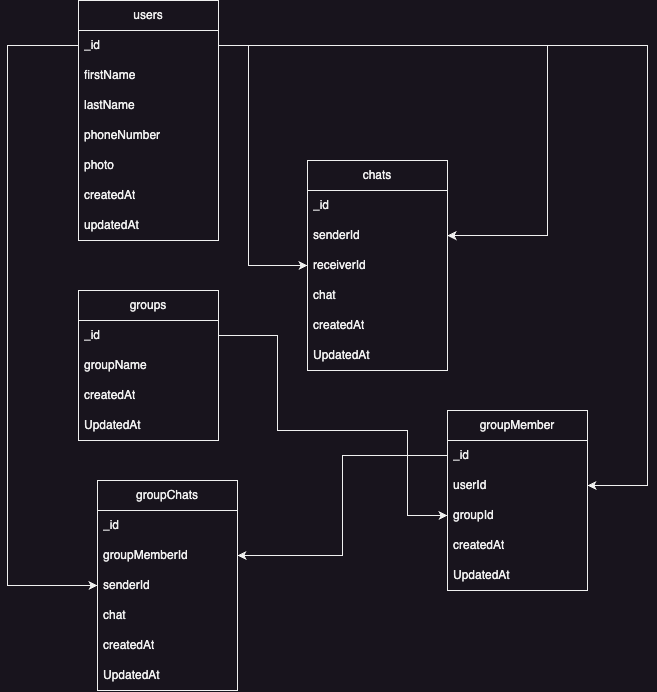
mathiuskormasela12/web-be-test-pointhub keeps this draw.io diagram as screenshoot/erd.drawio.png. Above is the earlier version. Source tidied: cells renumbered, new cells last; positions are measured from the earlier drawing's top-left corner, leaving out a move shared by most shapes.
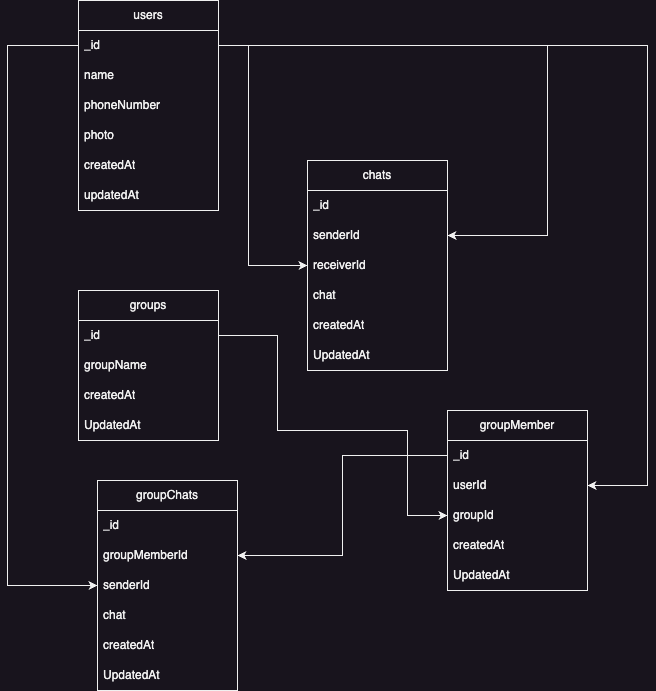
Later version of the same file.

Commit message:
update database & ERD

What changed in the source:
```diff
@@ -3,28 +3,25 @@
     <mxCell id="0" />
     <mxCell id="1" parent="0" />
     <mxCell id="2" value="users" style="swimlane;fontStyle=0;horizontal=1;startSize=30;whiteSpace=wrap;html=1;" parent="1" vertex="1">
-      <mxGeometry x="71" width="140" height="240" as="geometry" />
+      <mxGeometry x="71" width="140" height="210" as="geometry" />
     </mxCell>
     <mxCell id="3" value="_id" style="text;strokeColor=none;fillColor=none;align=left;verticalAlign=middle;spacingLeft=4;spacingRight=4;overflow=hidden;points=[[0,0.5],[1,0.5]];portConstraint=eastwest;whiteSpace=wrap;html=1;" parent="2" vertex="1">
       <mxGeometry y="30" width="140" height="30" as="geometry" />
     </mxCell>
-    <mxCell id="4" value="firstName" style="text;strokeColor=none;fillColor=none;align=left;verticalAlign=middle;spacingLeft=4;spacingRight=4;overflow=hidden;whiteSpace=wrap;html=1;" parent="2" vertex="1">
+    <mxCell id="4" value="name" style="text;strokeColor=none;fillColor=none;align=left;verticalAlign=middle;spacingLeft=4;spacingRight=4;overflow=hidden;whiteSpace=wrap;html=1;" parent="2" vertex="1">
       <mxGeometry y="60" width="140" height="30" as="geometry" />
     </mxCell>
-    <mxCell id="5" value="lastName" style="text;strokeColor=none;fillColor=none;align=left;verticalAlign=middle;spacingLeft=4;spacingRight=4;overflow=hidden;whiteSpace=wrap;html=1;" parent="2" vertex="1">
-      <mxGeometry y="90" width="140" height="30" as="geometry" />
-    </mxCell>
     <mxCell id="6" value="phoneNumber" style="text;strokeColor=none;fillColor=none;align=left;verticalAlign=middle;spacingLeft=4;spacingRight=4;overflow=hidden;whiteSpace=wrap;html=1;" parent="2" vertex="1">
-      <mxGeometry y="120" width="140" height="30" as="geometry" />
+      <mxGeometry y="90" width="140" height="30" as="geometry" />
     </mxCell>
     <mxCell id="7" value="photo" style="text;strokeColor=none;fillColor=none;align=left;verticalAlign=middle;spacingLeft=4;spacingRight=4;overflow=hidden;whiteSpace=wrap;html=1;" parent="2" vertex="1">
-      <mxGeometry y="150" width="140" height="30" as="geometry" />
+      <mxGeometry y="120" width="140" height="30" as="geometry" />
     </mxCell>
     <mxCell id="8" value="createdAt" style="text;strokeColor=none;fillColor=none;align=left;verticalAlign=middle;spacingLeft=4;spacingRight=4;overflow=hidden;whiteSpace=wrap;html=1;" parent="2" vertex="1">
-      <mxGeometry y="180" width="140" height="30" as="geometry" />
+      <mxGeometry y="150" width="140" height="30" as="geometry" />
     </mxCell>
     <mxCell id="9" value="updatedAt" style="text;strokeColor=none;fillColor=none;align=left;verticalAlign=middle;spacingLeft=4;spacingRight=4;overflow=hidden;whiteSpace=wrap;html=1;" parent="2" vertex="1">
-      <mxGeometry y="210" width="140" height="30" as="geometry" />
+      <mxGeometry y="180" width="140" height="30" as="geometry" />
     </mxCell>
     <mxCell id="10" value="chats" style="swimlane;fontStyle=0;horizontal=1;startSize=30;whiteSpace=wrap;html=1;" parent="1" vertex="1">
       <mxGeometry x="300" y="160" width="140" height="210" as="geometry" />
```
